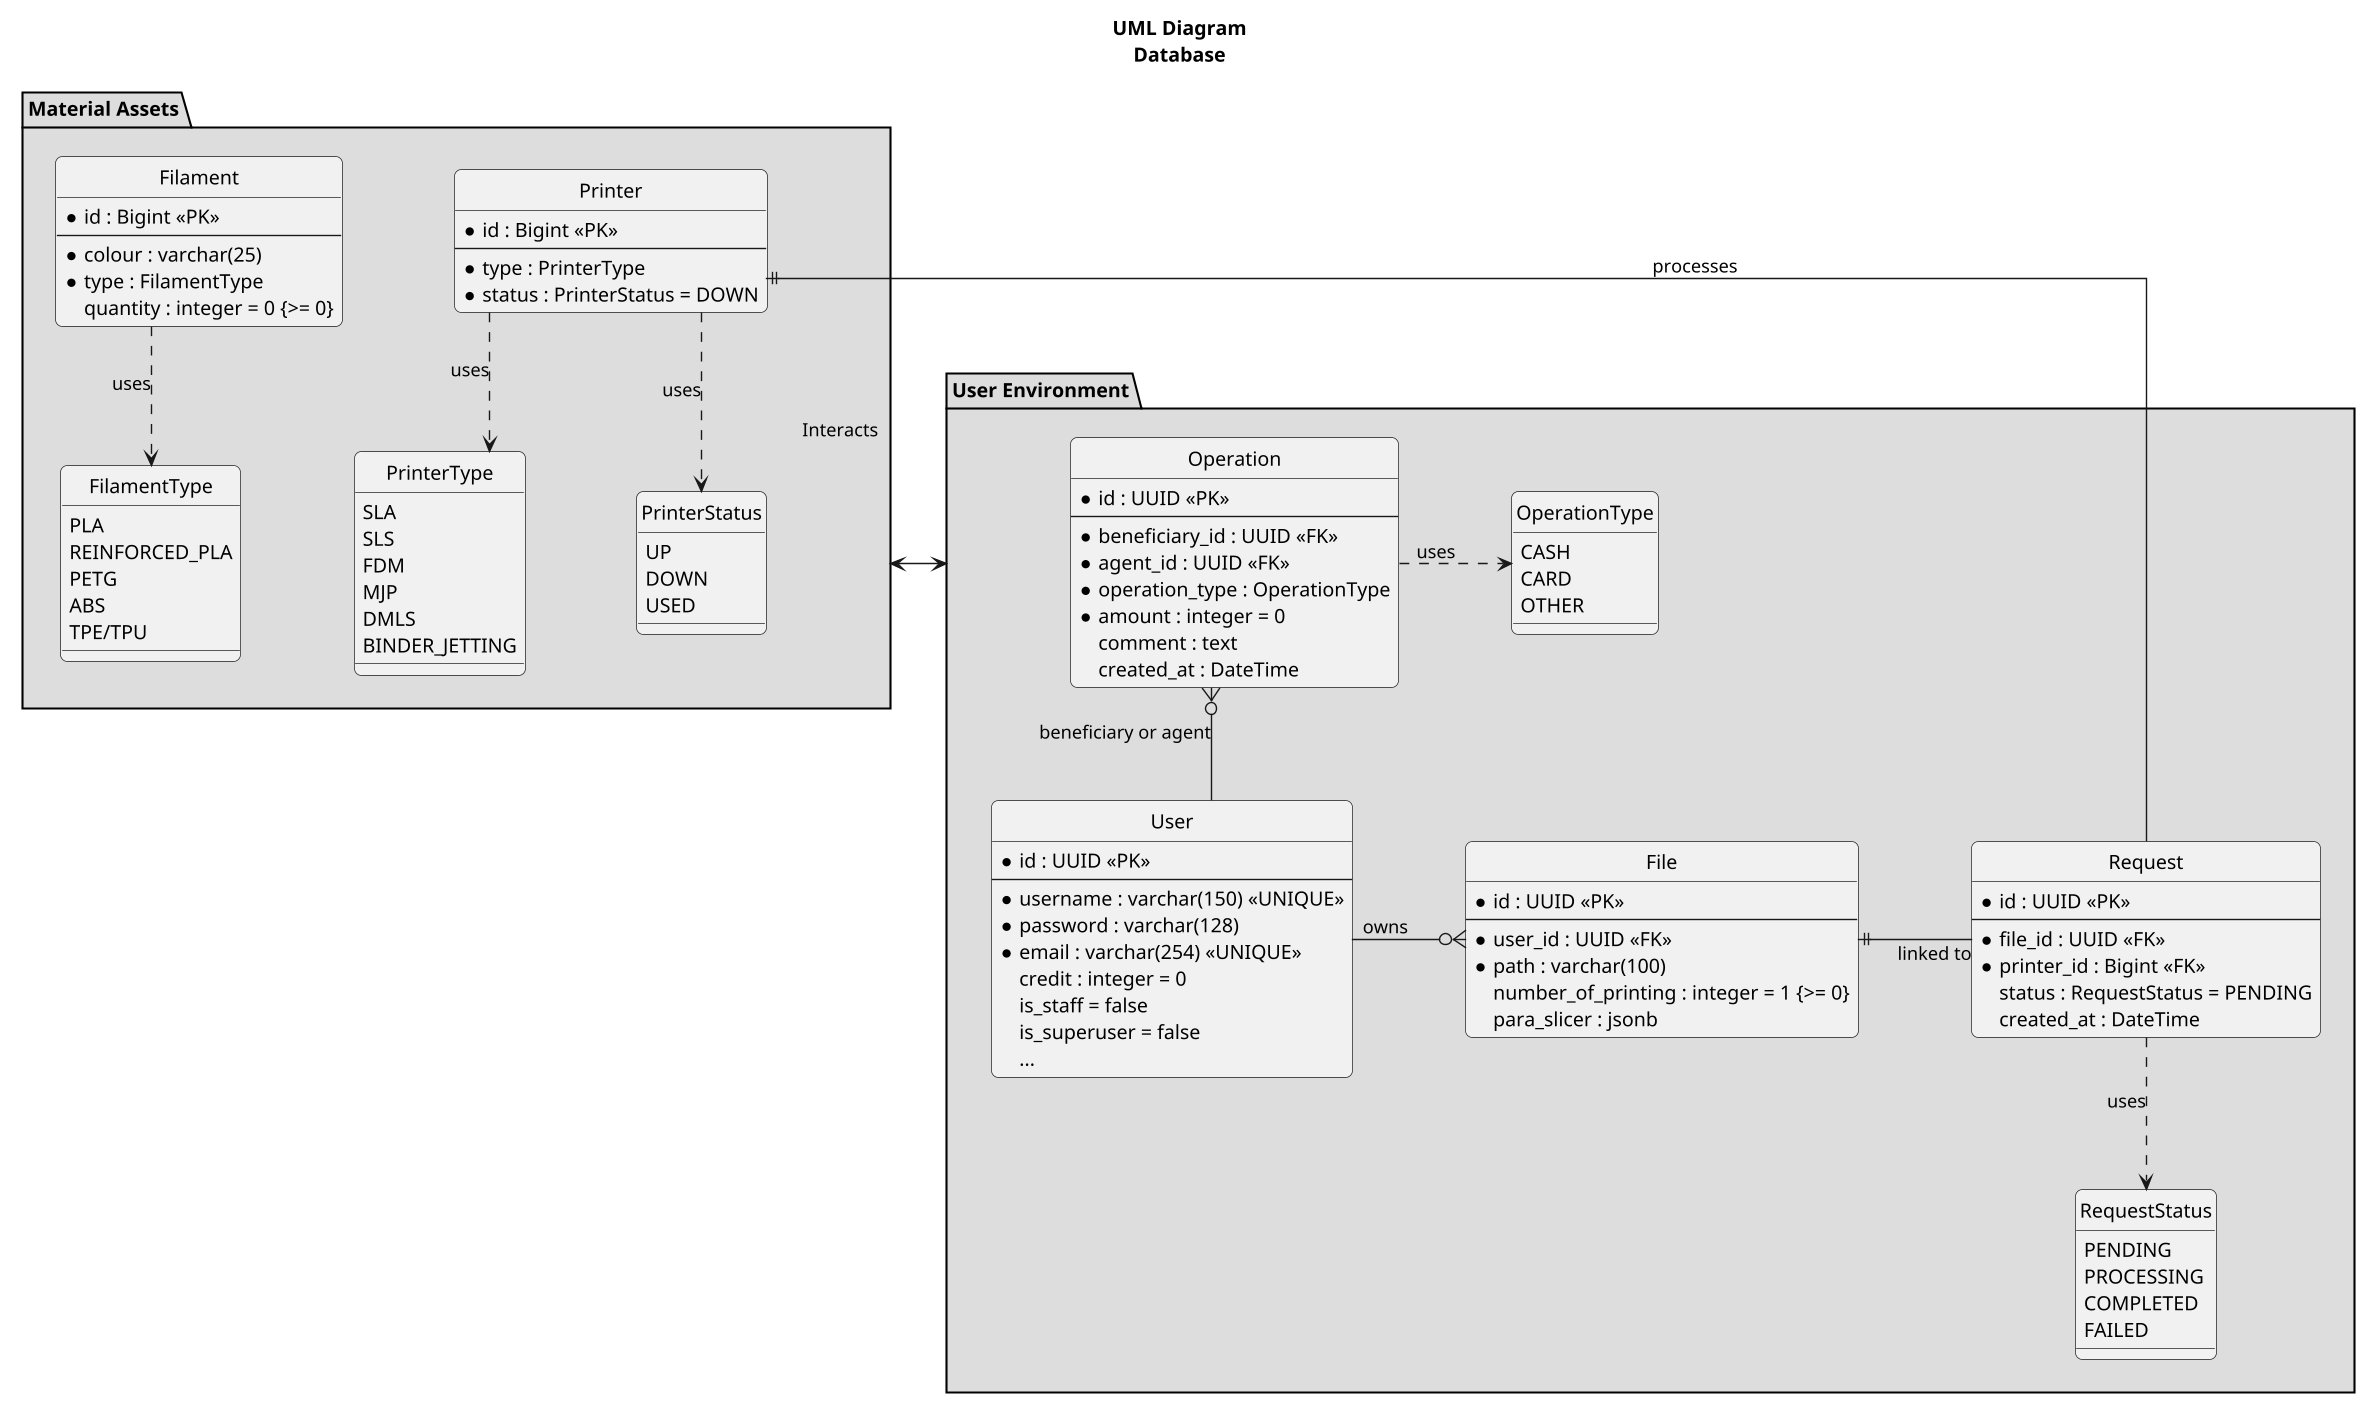
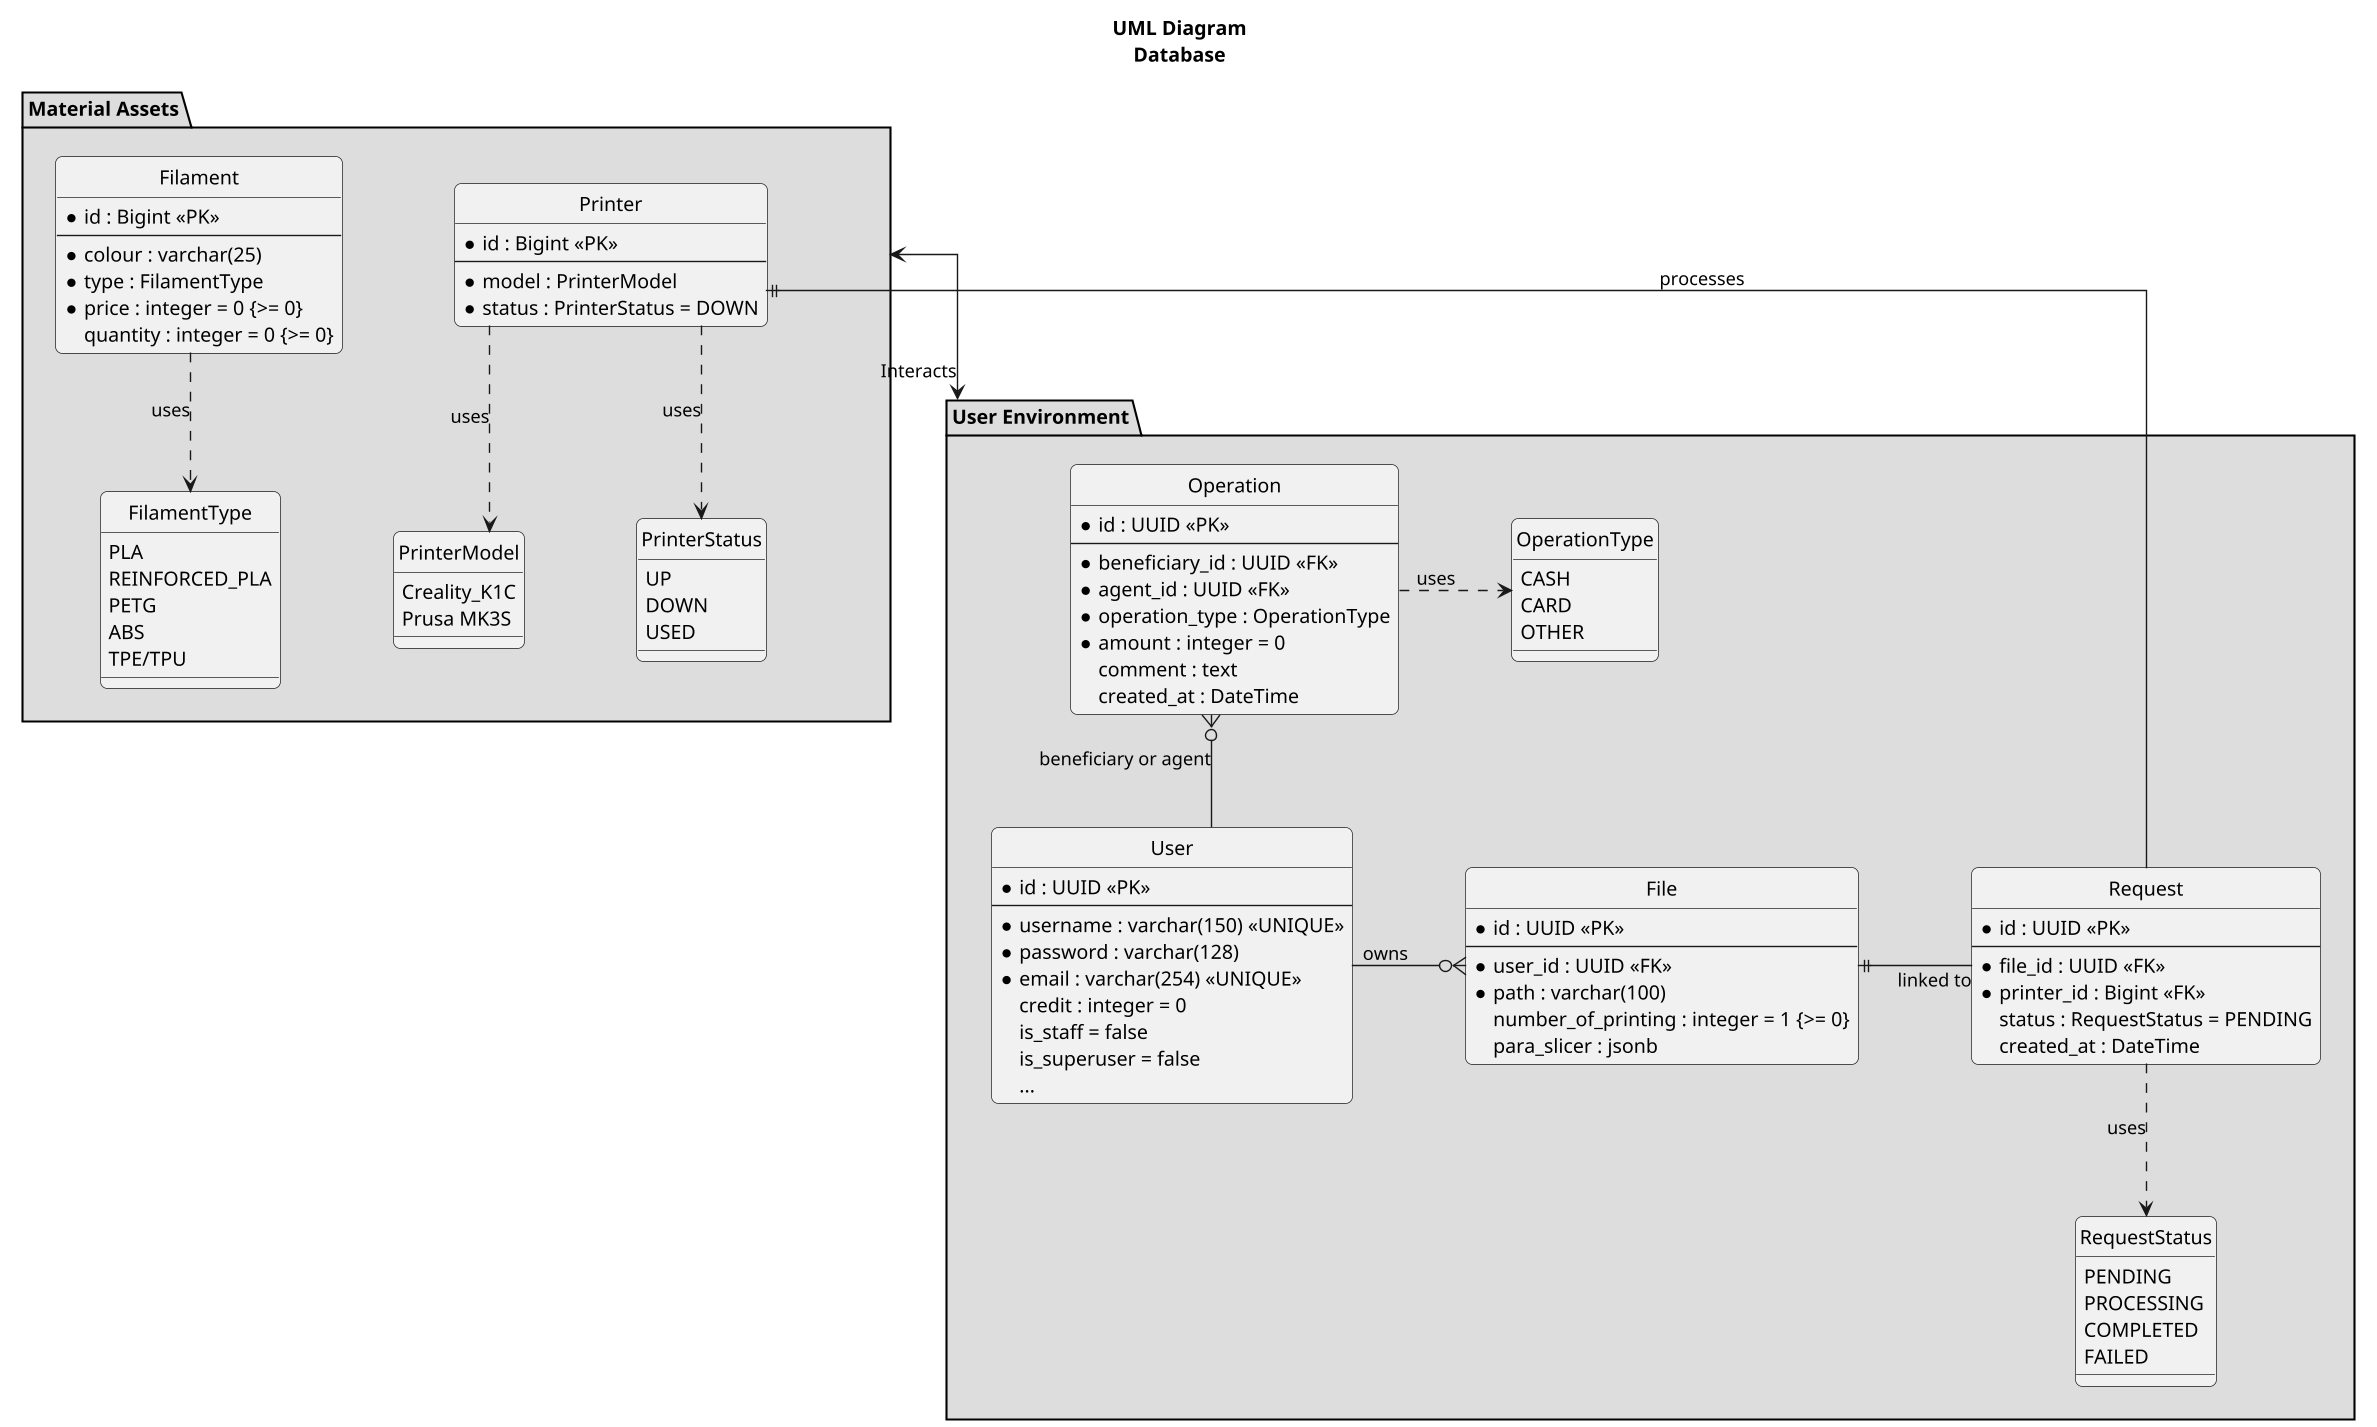
@startuml
title UML Diagram\nDatabase
scale 1.4
hide circle
skinparam linetype ortho
skinparam shadowing false
skinparam roundcorner 10
skinparam nodesep 80
skinparam ranksep 80
skinparam monochrome true
skinparam backgroundColor white
skinparam defaultFontName Segoe UI, Arial, sans-serif
skinparam style strictuml





package "User Environment" #DDDDDD{

    enum RequestStatus {
        PENDING
        PROCESSING
        COMPLETED
        FAILED
    }
    enum OperationType {
        CASH
        CARD
        OTHER
    }

    entity "User" as user {
      *id : UUID <<PK>>
      --
      *username : varchar(150) <<UNIQUE>>
      *password : varchar(128)
      *email : varchar(254) <<UNIQUE>>
      credit : integer = 0
      is_staff = false
      is_superuser = false
      ...
    }

    entity "Operation" as operation{
        *id : UUID <<PK>>
        --
        *beneficiary_id : UUID <<FK>>
        *agent_id : UUID <<FK>>
        *operation_type : OperationType
        *amount : integer = 0
        comment : text
        created_at : DateTime
    }
    entity "File" as file{
        *id : UUID <<PK>>
        --
        *user_id : UUID <<FK>>
        *path : varchar(100)
        number_of_printing : integer = 1 {>= 0}
        para_slicer : jsonb
    }


    entity "Request" as request{
            *id : UUID <<PK>>
            --
            *file_id : UUID <<FK>>
            *printer_id : Bigint <<FK>>
            status : RequestStatus = PENDING
            created_at : DateTime
    }
}
package "Material Assets" #DDDDDD{
    entity "Printer" as printer {
            *id : Bigint <<PK>>
            --
-             *type : PrinterType
+             *model : PrinterModel
            *status : PrinterStatus = DOWN
    }

    entity "Filament" as filament{
        *id : Bigint <<PK>>
        --
        *colour : varchar(25)
        *type : FilamentType
+         *price : integer = 0 {>= 0}
        quantity : integer = 0 {>= 0}
    }

    enum FilamentType {
        PLA
        REINFORCED_PLA
        PETG
        ABS
        TPE/TPU
    }

-     enum PrinterType {
-         SLA
-         SLS
-         FDM
-         MJP
-         DMLS
-         BINDER_JETTING
+     enum PrinterModel {
+         Creality_K1C
+         Prusa MK3S
    }

    enum PrinterStatus {
        UP
        DOWN
        USED
    }
}




file }o-l- user : owns
file ||-r- request : linked to
"Material Assets" <--> "User Environment" : Interacts
printer ||-- request : processes
operation }o-- user : beneficiary or agent
request .d.> RequestStatus : uses
printer ..> PrinterStatus : uses
- printer ..> PrinterType : uses
+ printer ..> PrinterModel : uses
filament ..> FilamentType : uses
operation .r.> OperationType : uses
@enduml